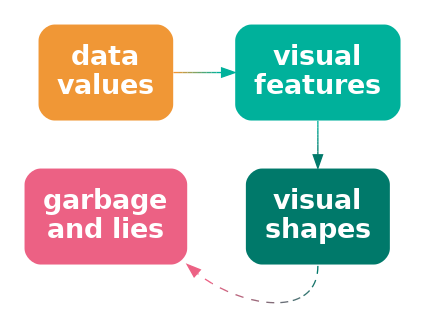
The Graphviz diagram Diagrams/data-vis-shape-lie.png in pmur002/hdvw, before a commit. Its source is kept beside it as Diagrams/data-vis-shape-lie.dot.
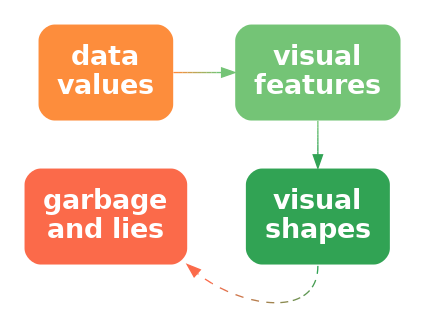
The same file after the commit.

Diff of the diagram source:
```diff
@@ -1,15 +1,15 @@
 digraph {
   graph [ rankdir=LR; margin=.2; nodesep=.5 ];
   node [ fontsize=20; fontname="sans bold"; margin=.2 ];
-  data [ label="data\nvalues"; shape=box; style="filled, rounded"; penwidth=0; fontcolor=white; fillcolor="#F09736" ]
-  lie [ label="garbage\nand lies"; shape=box; style="filled, rounded"; penwidth=0; fontcolor=white; fillcolor="#EC6184" ]
+  data [ label="data\nvalues"; shape=box; style="filled, rounded"; penwidth=0; fontcolor=white; fillcolor="#FD8D3C" ]
+  lie [ label="garbage\nand lies"; shape=box; style="filled, rounded"; penwidth=0; fontcolor=white; fillcolor="#FB6A4A" ]
   vis [ label="visual\nfeatures"; shape=box;
-     style="filled, rounded"; penwidth=0; fontcolor=white; fillcolor="#00B19B" ]
+     style="filled, rounded"; penwidth=0; fontcolor=white; fillcolor="#74C476" ]
   shape [ label="visual\nshapes"; shape=box;
-       style="filled, rounded"; penwidth=0; fontcolor=white; fillcolor="#00796A" ]
-  data -> vis [ color="#F09736;0.1:#D59A41;0.1:#BB9D4C;0.1:#A0A058;0.1:#85A363;0.1:#6BA56E;0.1:#50A879;0.1:#35AB85;0.1:#1BAE90;0.1:#00B19B;0.1" ]
-  vis -> shape [ color="#00B19B;0.1:#00AB96;0.1:#00A590;0.1:#009E8B;0.1:#009885;0.1:#009280;0.1:#008C7A;0.1:#008575;0.1:#007F6F;0.1:#00796A;0.1" ]
-  shape:s -> lie:se [ style="dashed", color="#00796A;0.1:#1A766D;0.1:#347470;0.1:#4F7173;0.1:#696E76;0.1:#836C78;0.1:#9D697B;0.1:#B8667E;0.1:#D26481;0.1:#EC6184;0.1" ]
+       style="filled, rounded"; penwidth=0; fontcolor=white; fillcolor="#31A354" ]
+  data -> vis [ color="#FD8D3C;0.1:#EE9342;0.1:#DF9949;0.1:#CF9F4F;0.1:#C0A556;0.1:#B1AC5C;0.1:#A2B263;0.1:#92B869;0.1:#83BE70;0.1:#74C476;0.1" ]
+  vis -> shape [ color="#74C476;0.1:#6DC072;0.1:#65BD6E;0.1:#5EB96B;0.1:#56B567;0.1:#4FB263;0.1:#47AE5F;0.1:#40AA5C;0.1:#38A758;0.1:#31A354;0.1" ]
+  shape:s -> lie:se [ style="dashed", color="#31A354;0.1:#479D53;0.1:#5E9652;0.1:#749051;0.1:#8B8A50;0.1:#A1834E;0.1:#B87D4D;0.1:#CE774C;0.1:#E5704B;0.1:#FB6A4A;0.1" ]
 { rank=same; data, lie }
 { rank=same; vis, shape }
 }
```
